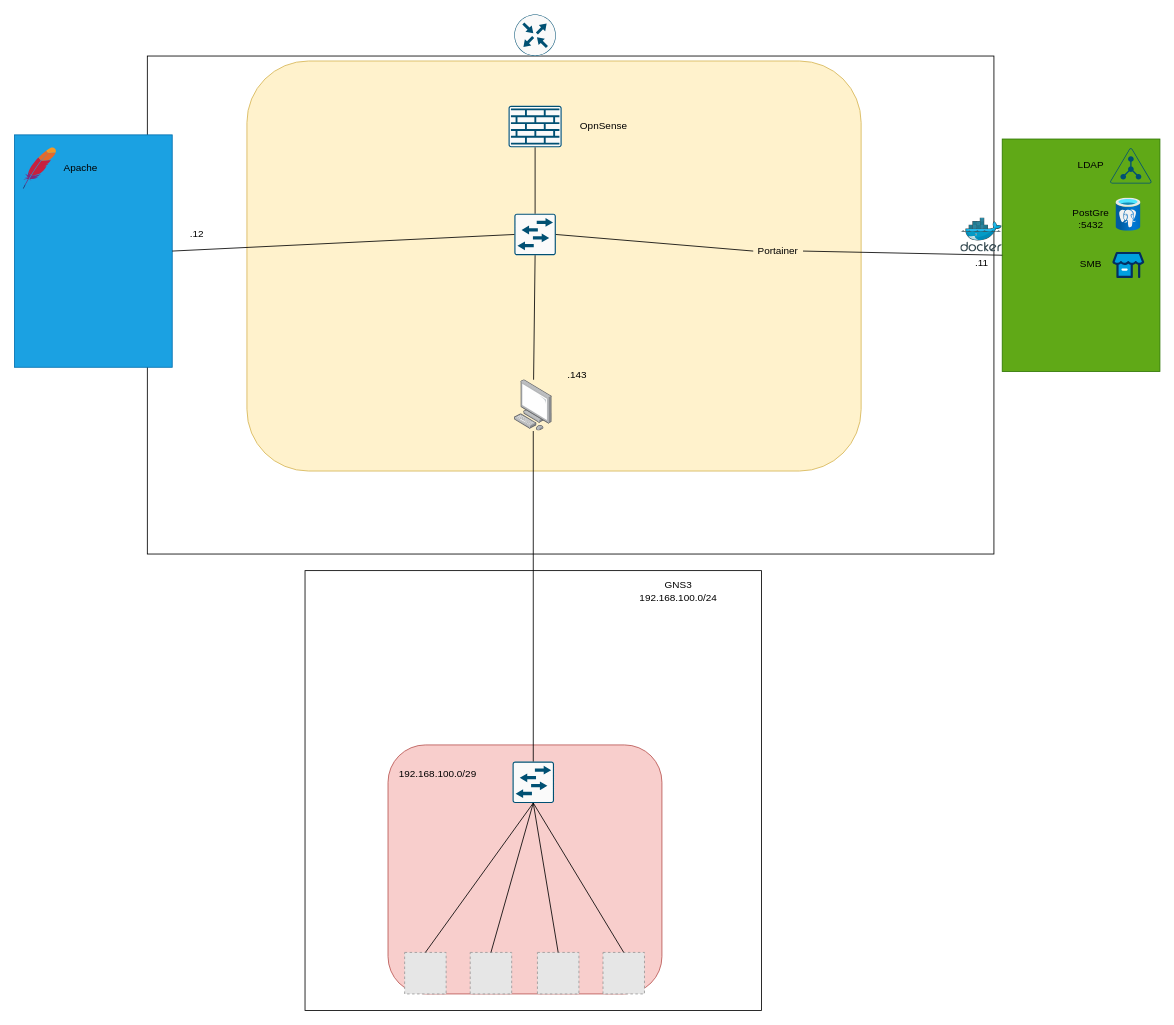
Above: Projet BTS.drawio in MachinDifforme/Projet-BTS (draw.io), before the change. Source tidied: cells renumbered, new cells numbered last; positions are measured from the earlier drawing's top-left corner, leaving out a move shared by most shapes. Both pictures are drawn from the tidied source at 83%, with x=0, y=0 at pixel (14, 14). Pictures stored in the file or linked from it are replaced by grey dashed boxes.
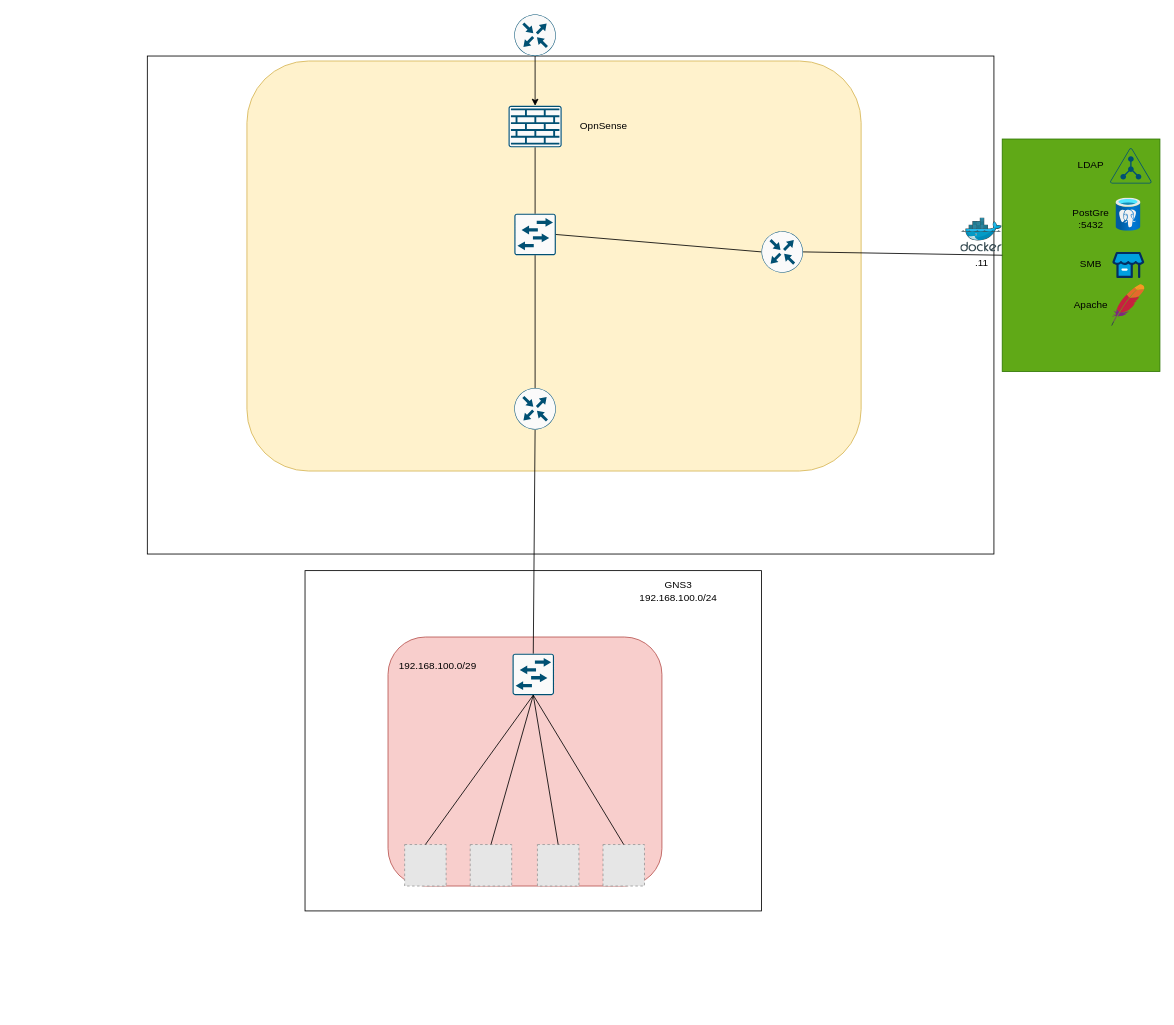
Above is the later version.

Commit message (it also covers changes not shown here):
Mettre à jour Projet BTS.drawio

The change refers to these unchanged cells:
```xml
<mxCell id="17" style="sketch=0;points=[[0.5,0,0],[1,0.5,0],[0.5,1,0],[0,0.5,0],[0.145,0.145,0],[0.8555,0.145,0],[0.855,0.8555,0],[0.145,0.855,0]];verticalLabelPosition=bottom;html=1;verticalAlign=top;align=center;shape=mxgraph.cisco19.rect;prIcon=router;fillColor=#FAFAFA;strokeColor=#005073;" parent="1" vertex="1">
  <mxGeometry x="602.2" width="50" height="50" as="geometry" />
</mxCell>
<mxCell id="20" style="sketch=0;points=[[0.015,0.015,0],[0.985,0.015,0],[0.985,0.985,0],[0.015,0.985,0],[0.25,0,0],[0.5,0,0],[0.75,0,0],[1,0.25,0],[1,0.5,0],[1,0.75,0],[0.75,1,0],[0.5,1,0],[0.25,1,0],[0,0.75,0],[0,0.5,0],[0,0.25,0]];verticalLabelPosition=bottom;html=1;verticalAlign=top;align=center;shape=mxgraph.cisco19.rect;prIcon=l2_switch;fillColor=#FAFAFA;strokeColor=#005073;" parent="1" vertex="1">
  <mxGeometry x="602.2" y="240" width="50" height="50" as="geometry" />
</mxCell>
<mxCell id="23" style="rounded=0;whiteSpace=wrap;html=1;fillColor=#60a917;fontColor=#ffffff;strokeColor=#2D7600;" parent="1" vertex="1">
  <mxGeometry x="1190" y="150" width="190" height="280" as="geometry" />
</mxCell>
<mxCell id="38" style="sketch=0;points=[[0.015,0.015,0],[0.985,0.015,0],[0.985,0.985,0],[0.015,0.985,0],[0.25,0,0],[0.5,0,0],[0.75,0,0],[1,0.25,0],[1,0.5,0],[1,0.75,0],[0.75,1,0],[0.5,1,0],[0.25,1,0],[0,0.75,0],[0,0.5,0],[0,0.25,0]];verticalLabelPosition=bottom;html=1;verticalAlign=top;align=center;shape=mxgraph.cisco19.rect;prIcon=firewall;fillColor=#FAFAFA;strokeColor=#005073;" parent="1" vertex="1">
  <mxGeometry x="595.2" y="110" width="64" height="50" as="geometry" />
</mxCell>
```

Diff of the diagram source:
```diff
@@
     <mxCell id="4" style="rounded=0;whiteSpace=wrap;html=1;" parent="1" vertex="1">
-      <mxGeometry x="350" y="670" width="550" height="530" as="geometry" />
+      <mxGeometry x="350" y="670" width="550" height="410" as="geometry" />
     </mxCell>
     <mxCell id="5" style="rounded=1;whiteSpace=wrap;html=1;fillColor=#f8cecc;strokeColor=#b85450;" parent="1" vertex="1">
-      <mxGeometry x="450" y="880" width="330" height="300" as="geometry" />
+      <mxGeometry x="450" y="750" width="330" height="300" as="geometry" />
     </mxCell>
     <mxCell id="6" style="sketch=0;points=[[0.015,0.015,0],[0.985,0.015,0],[0.985,0.985,0],[0.015,0.985,0],[0.25,0,0],[0.5,0,0],[0.75,0,0],[1,0.25,0],[1,0.5,0],[1,0.75,0],[0.75,1,0],[0.5,1,0],[0.25,1,0],[0,0.75,0],[0,0.5,0],[0,0.25,0]];verticalLabelPosition=bottom;html=1;verticalAlign=top;align=center;shape=mxgraph.cisco19.rect;prIcon=l2_switch;fillColor=#FAFAFA;strokeColor=#005073;" parent="1" vertex="1">
-      <mxGeometry x="600" y="900" width="50" height="50" as="geometry" />
+      <mxGeometry x="600" y="770" width="50" height="50" as="geometry" />
     </mxCell>
     <mxCell id="7" style="fillColor=#E6E6E6;strokeColor=#999999;dashed=1;html=1;verticalAlign=top;verticalLabelPosition=bottom;labelBackgroundColor=#ffffff;" parent="1" vertex="1">
-      <mxGeometry x="470" y="1130" width="50" height="50" as="geometry" />
+      <mxGeometry x="470" y="1000" width="50" height="50" as="geometry" />
     </mxCell>
     <mxCell id="8" style="fillColor=#E6E6E6;strokeColor=#999999;dashed=1;html=1;verticalAlign=top;verticalLabelPosition=bottom;labelBackgroundColor=#ffffff;" parent="1" vertex="1">
-      <mxGeometry x="549" y="1130" width="50" height="50" as="geometry" />
+      <mxGeometry x="549" y="1000" width="50" height="50" as="geometry" />
     </mxCell>
     <mxCell id="9" style="fillColor=#E6E6E6;strokeColor=#999999;dashed=1;html=1;verticalAlign=top;verticalLabelPosition=bottom;labelBackgroundColor=#ffffff;" parent="1" vertex="1">
-      <mxGeometry x="630" y="1130" width="50" height="50" as="geometry" />
+      <mxGeometry x="630" y="1000" width="50" height="50" as="geometry" />
     </mxCell>
     <mxCell id="10" style="fillColor=#E6E6E6;strokeColor=#999999;dashed=1;html=1;verticalAlign=top;verticalLabelPosition=bottom;labelBackgroundColor=#ffffff;" parent="1" vertex="1">
-      <mxGeometry x="709" y="1130" width="50" height="50" as="geometry" />
+      <mxGeometry x="709" y="1000" width="50" height="50" as="geometry" />
     </mxCell>
@@
     <mxCell id="16" value="192.168.100.0/29" style="text;html=1;align=center;verticalAlign=middle;whiteSpace=wrap;rounded=0;" parent="1" vertex="1">
-      <mxGeometry x="480" y="900" width="60" height="30" as="geometry" />
+      <mxGeometry x="480" y="770" width="60" height="30" as="geometry" />
     </mxCell>
@@
-    <mxCell id="18" style="image;points=[];html=1;align=center;shadow=0;dashed=0;image=img/lib/allied_telesis/computer_and_terminals/Personal_Computer.svg;" parent="1" vertex="1">
-      <mxGeometry x="602.2" y="440" width="45.6" height="61.8" as="geometry" />
-    </mxCell>
-    <mxCell id="19" style="endArrow=none;html=1;rounded=0;exitX=0.5;exitY=0;exitDx=0;exitDy=0;exitPerimeter=0;" parent="1" edge="1" source="6" target="18">
+    <mxCell id="19" style="endArrow=none;html=1;rounded=0;exitX=0.5;exitY=0;exitDx=0;exitDy=0;exitPerimeter=0;entryX=0.5;entryY=1;entryDx=0;entryDy=0;entryPerimeter=0;" parent="1" edge="1" source="6" target="43">
       <mxGeometry relative="1" as="geometry" />
     </mxCell>
@@
-    <mxCell id="21" value=".143" style="text;html=1;align=center;verticalAlign=middle;whiteSpace=wrap;rounded=0;" parent="1" vertex="1">
-      <mxGeometry x="647.8" y="420" width="60" height="30" as="geometry" />
-    </mxCell>
-    <mxCell id="22" style="endArrow=none;html=1;rounded=0;entryX=0.5;entryY=1;entryDx=0;entryDy=0;entryPerimeter=0;" parent="1" edge="1" source="18" target="20">
+    <mxCell id="22" style="endArrow=none;html=1;rounded=0;entryX=0.5;entryY=1;entryDx=0;entryDy=0;entryPerimeter=0;exitX=0.5;exitY=0;exitDx=0;exitDy=0;exitPerimeter=0;" parent="1" edge="1" source="43" target="20">
       <mxGeometry relative="1" as="geometry" />
     </mxCell>
@@
-    <mxCell id="27" style="endArrow=none;html=1;rounded=0;exitX=1;exitY=0.5;exitDx=0;exitDy=0;exitPerimeter=0;entryX=0;entryY=0.5;entryDx=0;entryDy=0;" parent="1" edge="1" source="20" target="28">
+    <mxCell id="27" style="endArrow=none;html=1;rounded=0;exitX=1;exitY=0.5;exitDx=0;exitDy=0;exitPerimeter=0;entryX=0;entryY=0.5;entryDx=0;entryDy=0;entryPerimeter=0;" parent="1" edge="1" source="20" target="42">
       <mxGeometry relative="1" as="geometry" />
     </mxCell>
-    <mxCell id="28" value="&lt;div&gt;Portainer&lt;/div&gt;" style="text;html=1;align=center;verticalAlign=middle;whiteSpace=wrap;rounded=0;" parent="1" vertex="1">
-      <mxGeometry x="890" y="270" width="60" height="30" as="geometry" />
-    </mxCell>
-    <mxCell id="29" style="endArrow=none;html=1;rounded=0;exitX=1;exitY=0.5;exitDx=0;exitDy=0;entryX=0;entryY=0.5;entryDx=0;entryDy=0;" parent="1" edge="1" source="28" target="23">
+    <mxCell id="29" style="endArrow=none;html=1;rounded=0;exitX=1;exitY=0.5;exitDx=0;exitDy=0;entryX=0;entryY=0.5;entryDx=0;entryDy=0;exitPerimeter=0;" parent="1" edge="1" source="42" target="23">
       <mxGeometry relative="1" as="geometry" />
     </mxCell>
-    <mxCell id="30" style="rounded=0;whiteSpace=wrap;html=1;fillColor=#1ba1e2;fontColor=#ffffff;strokeColor=#006EAF;" parent="1" vertex="1">
-      <mxGeometry y="145" width="190" height="280" as="geometry" />
-    </mxCell>
     <mxCell id="31" style="dashed=0;html=1;align=center;labelPosition=center;verticalLabelPosition=bottom;verticalAlign=top;shape=mxgraph.weblogos.apache;" parent="1" vertex="1">
-      <mxGeometry x="10" y="160" width="40" height="50" as="geometry" />
+      <mxGeometry x="1321.3" y="325" width="40" height="50" as="geometry" />
     </mxCell>
-    <mxCell id="32" style="endArrow=none;html=1;rounded=0;exitX=1;exitY=0.5;exitDx=0;exitDy=0;entryX=0;entryY=0.5;entryDx=0;entryDy=0;entryPerimeter=0;" parent="1" edge="1" source="30" target="20">
-      <mxGeometry relative="1" as="geometry" />
-    </mxCell>
@@
     <mxCell id="37" value="Apache" style="text;html=1;align=center;verticalAlign=middle;whiteSpace=wrap;rounded=0;" parent="1" vertex="1">
-      <mxGeometry x="50" y="170" width="60" height="30" as="geometry" />
+      <mxGeometry x="1267" y="335" width="60" height="30" as="geometry" />
     </mxCell>
@@
-    <mxCell id="41" value=".12" style="text;html=1;align=center;verticalAlign=middle;whiteSpace=wrap;rounded=0;" parent="1" vertex="1">
-      <mxGeometry x="190" y="250" width="60" height="30" as="geometry" />
-    </mxCell>
+    <mxCell id="42" style="sketch=0;points=[[0.5,0,0],[1,0.5,0],[0.5,1,0],[0,0.5,0],[0.145,0.145,0],[0.8555,0.145,0],[0.855,0.8555,0],[0.145,0.855,0]];verticalLabelPosition=bottom;html=1;verticalAlign=top;align=center;shape=mxgraph.cisco19.rect;prIcon=router;fillColor=#FAFAFA;strokeColor=#005073;" parent="1" vertex="1">
+      <mxGeometry x="900" y="261" width="50" height="50" as="geometry" />
+    </mxCell>
+    <mxCell id="43" style="sketch=0;points=[[0.5,0,0],[1,0.5,0],[0.5,1,0],[0,0.5,0],[0.145,0.145,0],[0.8555,0.145,0],[0.855,0.8555,0],[0.145,0.855,0]];verticalLabelPosition=bottom;html=1;verticalAlign=top;align=center;shape=mxgraph.cisco19.rect;prIcon=router;fillColor=#FAFAFA;strokeColor=#005073;" parent="1" vertex="1">
+      <mxGeometry x="602.2" y="450" width="50" height="50" as="geometry" />
+    </mxCell>
+    <mxCell id="44" style="edgeStyle=orthogonalEdgeStyle;rounded=0;jettySize=auto;html=1;exitX=0.5;exitY=1;exitDx=0;exitDy=0;exitPerimeter=0;entryX=0.5;entryY=0;entryDx=0;entryDy=0;entryPerimeter=0;" parent="1" edge="1" source="17" target="38">
+      <mxGeometry relative="1" as="geometry" />
+    </mxCell>
```
